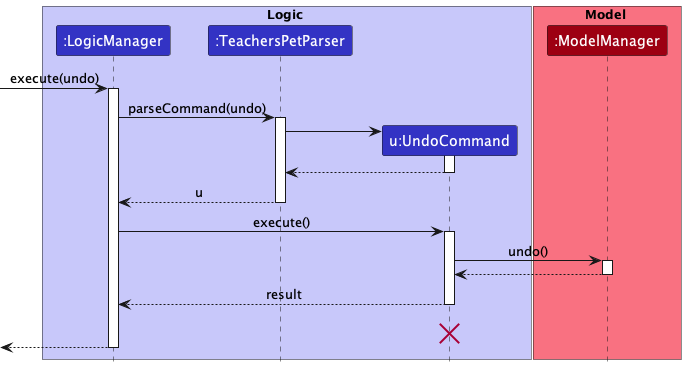
Above: docs/images/DG-images/UndoSequenceDiagram.png in nus-cs2103-AY2223S1/tp (PlantUML), before the change.
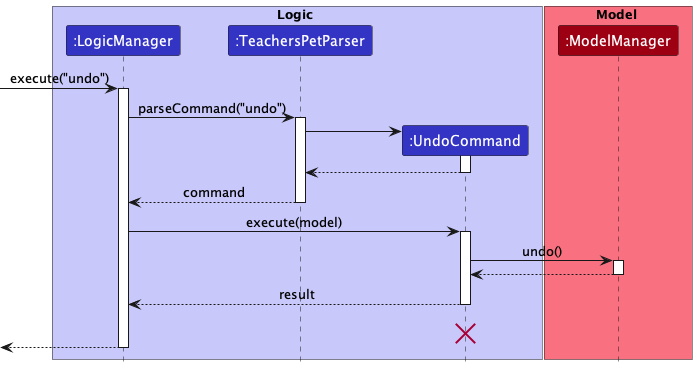
After the change.

The edit, as a diff of the source:
```diff
@@ -4,17 +4,17 @@
 box Logic LOGIC_COLOR_T1
 participant ":LogicManager" as LogicManager LOGIC_COLOR
 participant ":TeachersPetParser" as TeachersPetParser LOGIC_COLOR
-participant "u:UndoCommand" as UndoCommand LOGIC_COLOR
+participant ":UndoCommand" as UndoCommand LOGIC_COLOR
 end box
 
 box Model MODEL_COLOR_T1
 participant ":ModelManager" as ModelManager MODEL_COLOR
 end box
 
-[-> LogicManager : execute(undo)
+[-> LogicManager : execute("undo")
 activate LogicManager
 
-LogicManager -> TeachersPetParser : parseCommand(undo)
+LogicManager -> TeachersPetParser : parseCommand("undo")
 activate TeachersPetParser
 
 create UndoCommand
@@ -24,10 +24,10 @@
 UndoCommand --> TeachersPetParser
 deactivate UndoCommand
 
-TeachersPetParser --> LogicManager : u
+TeachersPetParser --> LogicManager : command
 deactivate TeachersPetParser
 
-LogicManager -> UndoCommand : execute()
+LogicManager -> UndoCommand : execute(model)
 activate UndoCommand
 
 UndoCommand -> ModelManager : undo()
```
